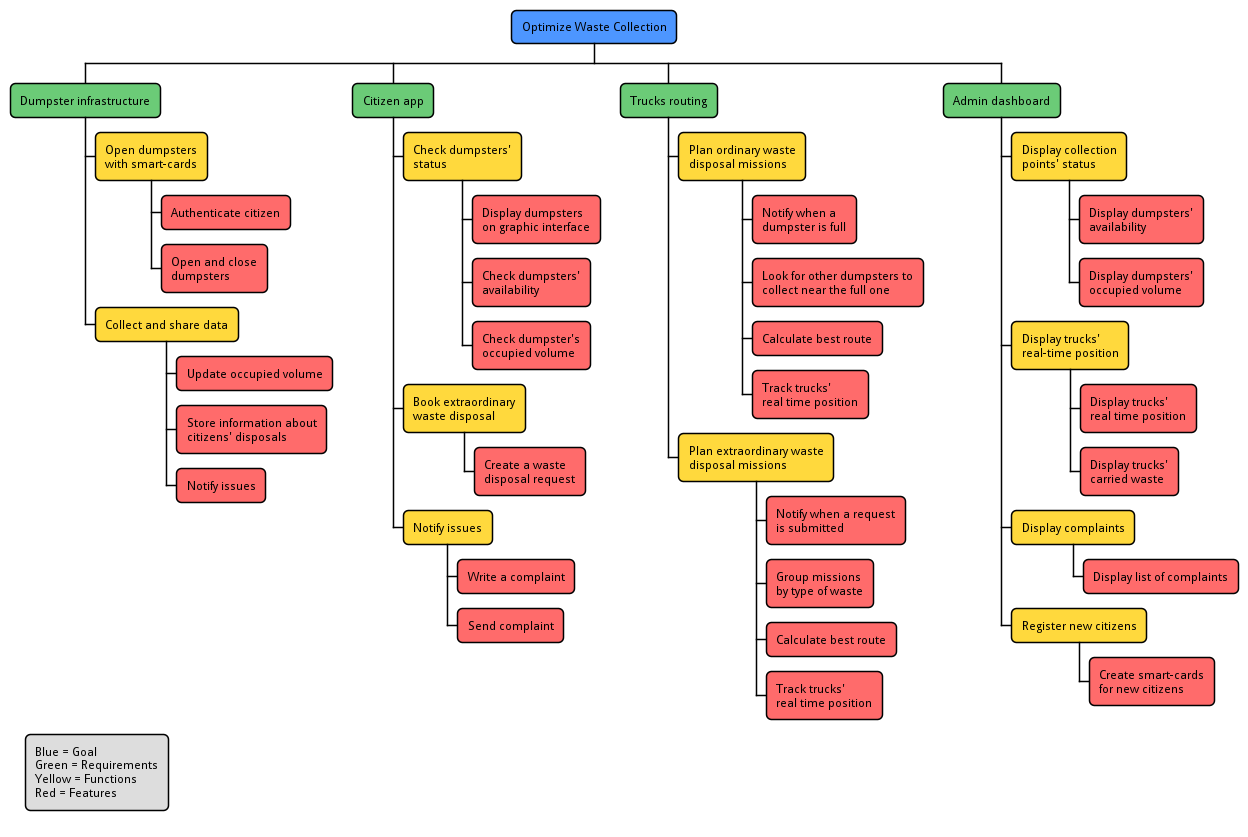
Earlier version of the PlantUML export uml/requirement-breakdown-structure.pm.png (SmartWasteCollection/project-management).
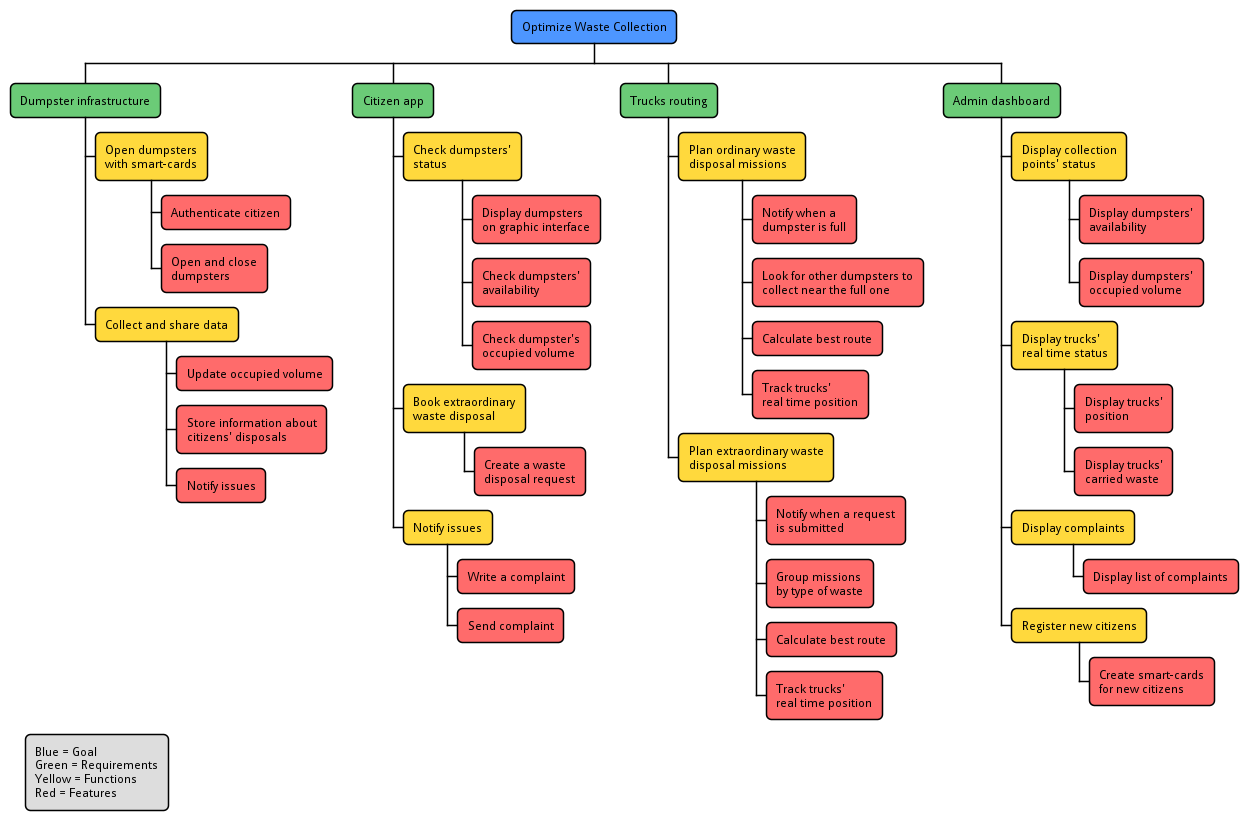
After the change.

Commit message:
docs(uml): generate PNG files for PlantUML diagrams

Diff of the diagram source:
```diff
@@ -45,8 +45,8 @@
 feature(Display dumpsters'\navailability)
 feature(Display dumpsters'\noccupied volume)
 
-function(Display trucks'\nreal-time position)
-feature(Display trucks'\nreal time position)
+function(Display trucks'\nreal time status)
+feature(Display trucks'\nposition)
 feature(Display trucks'\ncarried waste)
 
 function(Display complaints)
```
